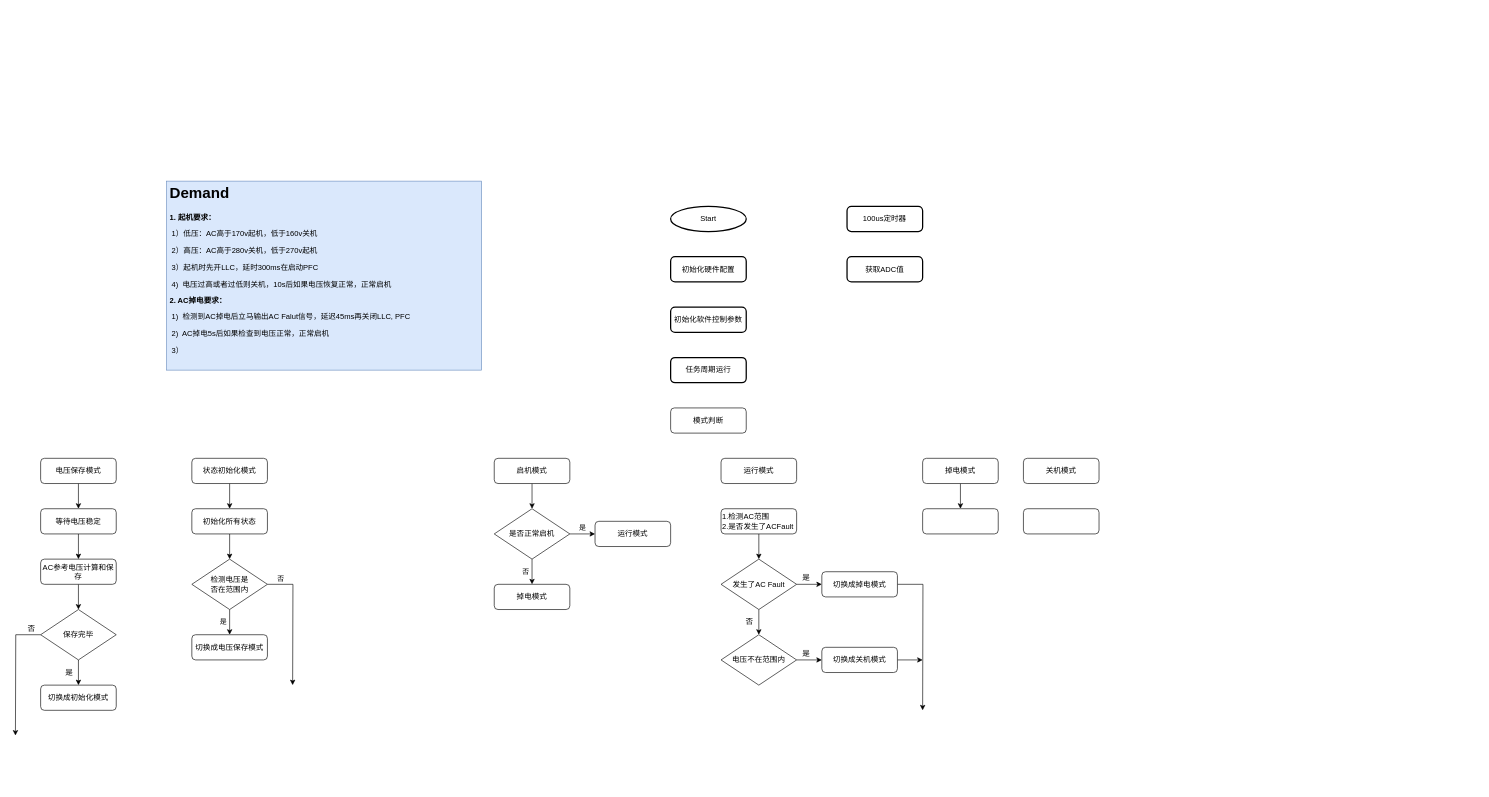
DaLinYYY/Diagram keeps this draw.io diagram as AUPW5R002.drawio. Above is the earlier version. Source tidied: cells renumbered, new cells numbered last; positions are measured from the earlier drawing's top-left corner, leaving out a move shared by most shapes. Both pictures are drawn from the tidied source at 63%, with x=0, y=0 at pixel (15, 181).
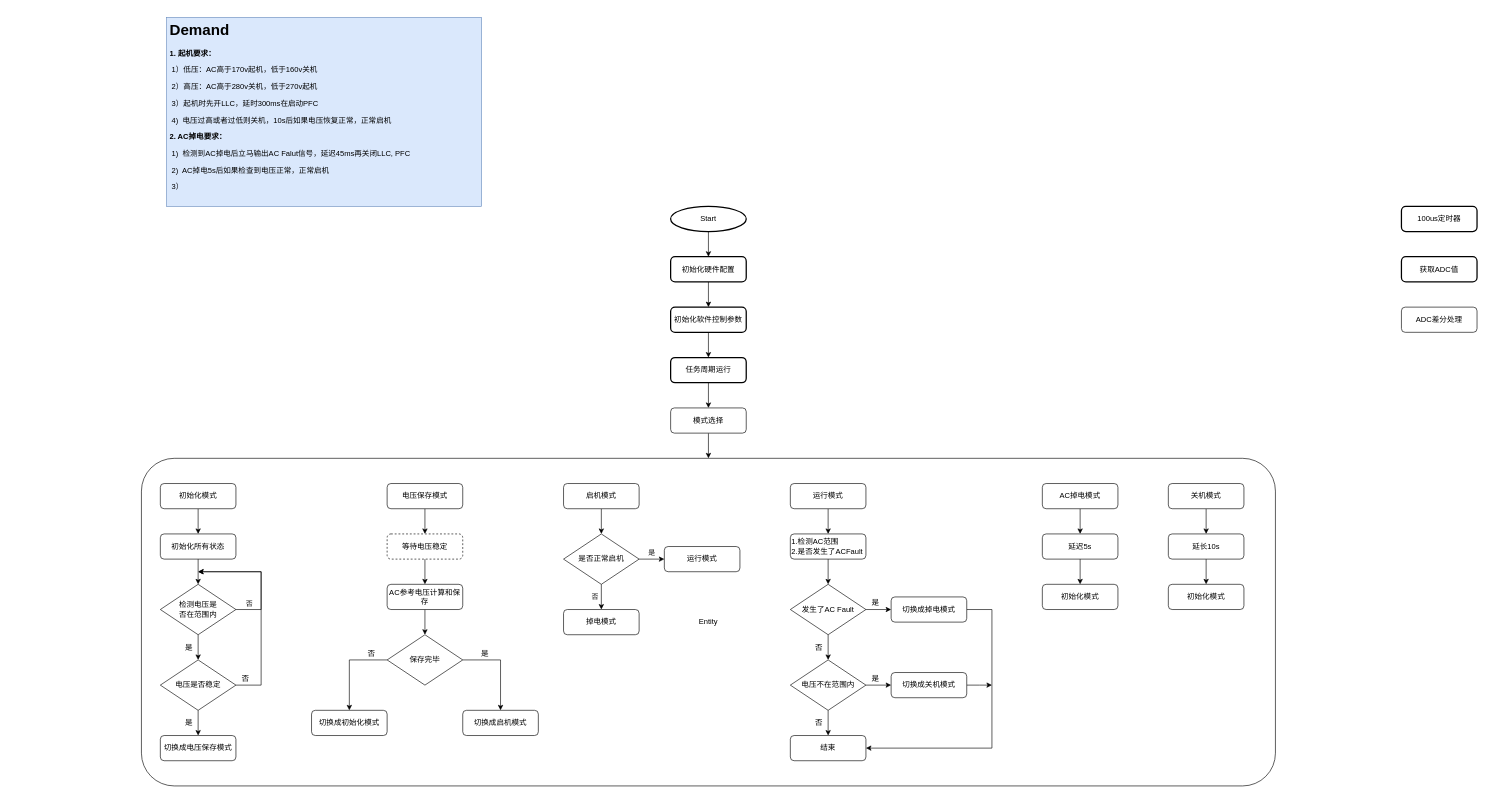
The same page after the edit.

The change refers to these unchanged cells:
```xml
<mxCell id="2" value="Start" style="strokeWidth=2;html=1;shape=mxgraph.flowchart.start_1;whiteSpace=wrap;" parent="1" vertex="1">
  <mxGeometry x="1040" y="40" width="120" height="40" as="geometry" />
</mxCell>
<mxCell id="4" value="初始化硬件配置" style="rounded=1;whiteSpace=wrap;html=1;absoluteArcSize=1;arcSize=14;strokeWidth=2;" parent="1" vertex="1">
  <mxGeometry x="1040" y="120" width="120" height="40" as="geometry" />
</mxCell>
<mxCell id="5" value="初始化软件控制参数" style="rounded=1;whiteSpace=wrap;html=1;absoluteArcSize=1;arcSize=14;strokeWidth=2;" parent="1" vertex="1">
  <mxGeometry x="1040" y="200" width="120" height="40" as="geometry" />
</mxCell>
<mxCell id="6" value="任务周期运行" style="rounded=1;whiteSpace=wrap;html=1;absoluteArcSize=1;arcSize=14;strokeWidth=2;" parent="1" vertex="1">
  <mxGeometry x="1040" y="280" width="120" height="40" as="geometry" />
</mxCell>
```

The edit, as a diff of the source:
```diff
@@
+    <mxCell id="58" style="edgeStyle=orthogonalEdgeStyle;rounded=0;jettySize=auto;html=1;" parent="1" edge="1" source="2" target="4">
+      <mxGeometry relative="1" as="geometry" />
+    </mxCell>
@@
     <mxCell id="3" value="&lt;h1&gt;Demand&lt;/h1&gt;&lt;p&gt;&lt;b&gt;1.&amp;nbsp;起机要求：&lt;/b&gt;&lt;/p&gt;&lt;p&gt;&lt;span&gt;&lt;span style=&quot;white-space: pre&quot;&gt; &lt;/span&gt;1）低压：AC高于170v起机，低于160v关机&lt;/span&gt;&lt;/p&gt;&lt;p&gt;&lt;span&gt;&lt;span style=&quot;white-space: pre&quot;&gt; &lt;/span&gt;2）高压：AC高于280v关机，低于270v起机&lt;/span&gt;&lt;/p&gt;&lt;p&gt;&lt;span&gt;&lt;span style=&quot;white-space: pre&quot;&gt; &lt;/span&gt;3）起机时先开LLC，延时300ms在启动PFC&lt;br&gt;&lt;/span&gt;&lt;/p&gt;&lt;p&gt;&lt;span&gt;&lt;span style=&quot;white-space: pre&quot;&gt; &lt;/span&gt;4)&amp;nbsp; 电压过高或者过低则关机，10s后如果电压恢复正常，正常启机&lt;br&gt;&lt;/span&gt;&lt;/p&gt;&lt;p&gt;&lt;span&gt;&lt;b&gt;2. AC掉电要求：&lt;/b&gt;&lt;/span&gt;&lt;/p&gt;&lt;p&gt;&lt;span&gt;&lt;span style=&quot;white-space: pre&quot;&gt;&lt;span style=&quot;white-space: pre&quot;&gt; &lt;/span&gt;1)  检测到AC掉电后立马输出AC Falut信号，延迟45ms再关闭LLC, PFC &lt;/span&gt;&lt;br&gt;&lt;/span&gt;&lt;/p&gt;&lt;p&gt;&lt;span&gt;&lt;span style=&quot;white-space: pre&quot;&gt; &lt;/span&gt;2)&amp;nbsp; AC掉电5s后如果检查到电压正常，正常启机&lt;br&gt;&lt;/span&gt;&lt;/p&gt;&lt;p&gt;&lt;span&gt;&lt;span style=&quot;white-space: pre&quot;&gt; &lt;/span&gt;3）&lt;br&gt;&lt;/span&gt;&lt;/p&gt;" style="text;html=1;strokeColor=#6c8ebf;fillColor=#dae8fc;spacing=5;spacingTop=-20;whiteSpace=wrap;overflow=hidden;rounded=0;" parent="1" vertex="1">
-      <mxGeometry x="240" width="500" height="300" as="geometry" />
+      <mxGeometry x="240" y="-260" width="500" height="300" as="geometry" />
     </mxCell>
+    <mxCell id="59" style="edgeStyle=orthogonalEdgeStyle;rounded=0;jettySize=auto;html=1;" parent="1" edge="1" source="4" target="5">
+      <mxGeometry relative="1" as="geometry" />
+    </mxCell>
@@
+    <mxCell id="60" style="edgeStyle=orthogonalEdgeStyle;rounded=0;jettySize=auto;html=1;" parent="1" edge="1" source="5" target="6">
+      <mxGeometry relative="1" as="geometry" />
+    </mxCell>
@@
+    <mxCell id="61" style="edgeStyle=orthogonalEdgeStyle;rounded=0;jettySize=auto;html=1;" parent="1" edge="1" source="6" target="37">
+      <mxGeometry relative="1" as="geometry" />
+    </mxCell>
@@
     <mxCell id="7" value="100us定时器" style="rounded=1;whiteSpace=wrap;html=1;absoluteArcSize=1;arcSize=14;strokeWidth=2;" parent="1" vertex="1">
-      <mxGeometry x="1320" y="40" width="120" height="40" as="geometry" />
+      <mxGeometry x="2200" y="40" width="120" height="40" as="geometry" />
     </mxCell>
     <mxCell id="8" value="获取ADC值" style="rounded=1;whiteSpace=wrap;html=1;absoluteArcSize=1;arcSize=14;strokeWidth=2;" parent="1" vertex="1">
-      <mxGeometry x="1320" y="120" width="120" height="40" as="geometry" />
+      <mxGeometry x="2200" y="120" width="120" height="40" as="geometry" />
     </mxCell>
@@
     <mxCell id="10" value="电压保存模式" style="rounded=1;whiteSpace=wrap;html=1;" parent="1" vertex="1">
-      <mxGeometry x="40" y="440" width="120" height="40" as="geometry" />
+      <mxGeometry x="590" y="480" width="120" height="40" as="geometry" />
     </mxCell>
@@
-    <mxCell id="12" value="状态初始化模式" style="rounded=1;whiteSpace=wrap;html=1;" parent="1" vertex="1">
-      <mxGeometry x="280" y="440" width="120" height="40" as="geometry" />
+    <mxCell id="12" value="初始化模式" style="rounded=1;whiteSpace=wrap;html=1;" parent="1" vertex="1">
+      <mxGeometry x="230" y="480" width="120" height="40" as="geometry" />
     </mxCell>
@@
     <mxCell id="14" value="初始化所有状态" style="rounded=1;whiteSpace=wrap;html=1;" parent="1" vertex="1">
-      <mxGeometry x="280" y="520" width="120" height="40" as="geometry" />
+      <mxGeometry x="230" y="560" width="120" height="40" as="geometry" />
     </mxCell>
@@
     <mxCell id="16" value="&lt;span&gt;AC参考电压计算和保存&lt;/span&gt;" style="rounded=1;whiteSpace=wrap;html=1;" parent="1" vertex="1">
-      <mxGeometry x="40" y="600" width="120" height="40" as="geometry" />
+      <mxGeometry x="590" y="640" width="120" height="40" as="geometry" />
     </mxCell>
@@
     <mxCell id="18" value="启机模式" style="rounded=1;whiteSpace=wrap;html=1;" parent="1" vertex="1">
-      <mxGeometry x="760" y="440" width="120" height="40" as="geometry" />
+      <mxGeometry x="870" y="480" width="120" height="40" as="geometry" />
     </mxCell>
     <mxCell id="19" value="运行模式" style="rounded=1;whiteSpace=wrap;html=1;" parent="1" vertex="1">
-      <mxGeometry x="920" y="540" width="120" height="40" as="geometry" />
+      <mxGeometry x="1030" y="580" width="120" height="40" as="geometry" />
     </mxCell>
@@
-    <mxCell id="21" value="掉电模式" style="rounded=1;whiteSpace=wrap;html=1;" parent="1" vertex="1">
-      <mxGeometry x="1440" y="440" width="120" height="40" as="geometry" />
+    <mxCell id="21" value="AC掉电模式" style="rounded=1;whiteSpace=wrap;html=1;" parent="1" vertex="1">
+      <mxGeometry x="1630" y="480" width="120" height="40" as="geometry" />
     </mxCell>
+    <mxCell id="62" style="edgeStyle=orthogonalEdgeStyle;rounded=0;jettySize=auto;html=1;" parent="1" edge="1" source="22" target="77">
+      <mxGeometry relative="1" as="geometry" />
+    </mxCell>
-    <mxCell id="22" style="whiteSpace=wrap;html=1;rounded=1;" parent="1" vertex="1">
-      <mxGeometry x="1440" y="520" width="120" height="40" as="geometry" />
+    <mxCell id="22" value="延迟5s" style="whiteSpace=wrap;html=1;rounded=1;" parent="1" vertex="1">
+      <mxGeometry x="1630" y="560" width="120" height="40" as="geometry" />
     </mxCell>
+    <mxCell id="63" style="edgeStyle=orthogonalEdgeStyle;rounded=0;jettySize=auto;html=1;" parent="1" edge="1" source="23" target="25">
+      <mxGeometry relative="1" as="geometry" />
+    </mxCell>
     <mxCell id="23" value="运行模式" style="rounded=1;whiteSpace=wrap;html=1;" parent="1" vertex="1">
-      <mxGeometry x="1120" y="440" width="120" height="40" as="geometry" />
+      <mxGeometry x="1230" y="480" width="120" height="40" as="geometry" />
     </mxCell>
@@
     <mxCell id="25" value="1.检测AC范围&lt;br&gt;&lt;div&gt;&lt;span&gt;2.是否发生了ACFault&lt;/span&gt;&lt;/div&gt;" style="rounded=1;whiteSpace=wrap;html=1;align=left;" parent="1" vertex="1">
-      <mxGeometry x="1120" y="520" width="120" height="40" as="geometry" />
+      <mxGeometry x="1230" y="560" width="120" height="40" as="geometry" />
     </mxCell>
@@
     <mxCell id="28" value="发生了AC&amp;nbsp;Fault" style="rhombus;whiteSpace=wrap;html=1;" parent="1" vertex="1">
-      <mxGeometry x="1120" y="600" width="120" height="80" as="geometry" />
+      <mxGeometry x="1230" y="640" width="120" height="80" as="geometry" />
     </mxCell>
     <mxCell id="29" style="edgeStyle=orthogonalEdgeStyle;rounded=0;jettySize=auto;html=1;exitX=1;exitY=0.5;exitDx=0;exitDy=0;" parent="1" edge="1" source="30">
       <mxGeometry relative="1" as="geometry">
-        <mxPoint x="1440" y="760" as="targetPoint" />
+        <mxPoint x="1550" y="800" as="targetPoint" />
       </mxGeometry>
     </mxCell>
     <mxCell id="30" value="&lt;span&gt;切换成关机模式&lt;/span&gt;" style="rounded=1;whiteSpace=wrap;html=1;" parent="1" vertex="1">
-      <mxGeometry x="1280" y="740" width="120" height="40" as="geometry" />
+      <mxGeometry x="1390" y="780" width="120" height="40" as="geometry" />
     </mxCell>
+    <mxCell id="64" style="edgeStyle=orthogonalEdgeStyle;rounded=0;jettySize=auto;html=1;" parent="1" edge="1" source="31" target="32">
+      <mxGeometry relative="1" as="geometry" />
+    </mxCell>
     <mxCell id="31" value="关机模式" style="rounded=1;whiteSpace=wrap;html=1;" parent="1" vertex="1">
-      <mxGeometry x="1600" y="440" width="120" height="40" as="geometry" />
+      <mxGeometry x="1830" y="480" width="120" height="40" as="geometry" />
     </mxCell>
+    <mxCell id="65" style="edgeStyle=orthogonalEdgeStyle;rounded=0;jettySize=auto;html=1;" parent="1" edge="1" source="32" target="78">
+      <mxGeometry relative="1" as="geometry" />
+    </mxCell>
-    <mxCell id="32" style="rounded=1;whiteSpace=wrap;html=1;" parent="1" vertex="1">
-      <mxGeometry x="1600" y="520" width="120" height="40" as="geometry" />
+    <mxCell id="32" value="延长10s" style="rounded=1;whiteSpace=wrap;html=1;" parent="1" vertex="1">
+      <mxGeometry x="1830" y="560" width="120" height="40" as="geometry" />
     </mxCell>
@@
+    <mxCell id="66" style="edgeStyle=orthogonalEdgeStyle;rounded=0;jettySize=auto;html=1;exitX=0.5;exitY=1;exitDx=0;exitDy=0;" parent="1" edge="1" source="34">
+      <mxGeometry relative="1" as="geometry">
+        <mxPoint x="1290" y="880" as="targetPoint" />
+      </mxGeometry>
+    </mxCell>
     <mxCell id="34" value="电压不在范围内" style="rhombus;whiteSpace=wrap;html=1;" parent="1" vertex="1">
-      <mxGeometry x="1120" y="720" width="120" height="80" as="geometry" />
+      <mxGeometry x="1230" y="760" width="120" height="80" as="geometry" />
     </mxCell>
-    <mxCell id="35" style="edgeStyle=orthogonalEdgeStyle;rounded=0;jettySize=auto;html=1;exitX=1;exitY=0.5;exitDx=0;exitDy=0;" parent="1" edge="1" source="36">
+    <mxCell id="35" style="edgeStyle=orthogonalEdgeStyle;rounded=0;jettySize=auto;html=1;exitX=1;exitY=0.5;exitDx=0;exitDy=0;entryX=1;entryY=0.5;entryDx=0;entryDy=0;" parent="1" edge="1" source="36" target="80">
       <mxGeometry relative="1" as="geometry">
-        <mxPoint x="1440" y="840" as="targetPoint" />
+        <Array as="points">
+          <mxPoint x="1550" y="680" />
+          <mxPoint x="1550" y="900" />
+        </Array>
       </mxGeometry>
     </mxCell>
     <mxCell id="36" value="切换成掉电模式" style="rounded=1;whiteSpace=wrap;html=1;" parent="1" vertex="1">
-      <mxGeometry x="1280" y="620" width="120" height="40" as="geometry" />
+      <mxGeometry x="1390" y="660" width="120" height="40" as="geometry" />
     </mxCell>
+    <mxCell id="67" style="edgeStyle=orthogonalEdgeStyle;rounded=0;jettySize=auto;html=1;" parent="1" edge="1" source="37" target="81">
+      <mxGeometry relative="1" as="geometry" />
+    </mxCell>
-    <mxCell id="37" value="模式判断" style="rounded=1;whiteSpace=wrap;html=1;" parent="1" vertex="1">
+    <mxCell id="37" value="模式选择" style="rounded=1;whiteSpace=wrap;html=1;" parent="1" vertex="1">
       <mxGeometry x="1040" y="360" width="120" height="40" as="geometry" />
     </mxCell>
@@
     <mxCell id="40" value="是否正常启机" style="rhombus;whiteSpace=wrap;html=1;" parent="1" vertex="1">
-      <mxGeometry x="760" y="520" width="120" height="80" as="geometry" />
+      <mxGeometry x="870" y="560" width="120" height="80" as="geometry" />
     </mxCell>
     <mxCell id="41" value="掉电模式" style="rounded=1;whiteSpace=wrap;html=1;" parent="1" vertex="1">
-      <mxGeometry x="760" y="640" width="120" height="40" as="geometry" />
+      <mxGeometry x="870" y="680" width="120" height="40" as="geometry" />
     </mxCell>
-    <mxCell id="42" value="是" style="edgeStyle=orthogonalEdgeStyle;rounded=0;jettySize=auto;html=1;" parent="1" edge="1" source="45" target="46">
-      <mxGeometry y="-10" relative="1" as="geometry" />
-    </mxCell>
     <mxCell id="43" style="edgeStyle=orthogonalEdgeStyle;rounded=0;jettySize=auto;html=1;exitX=1;exitY=0.5;exitDx=0;exitDy=0;" parent="1" edge="1" source="45">
       <mxGeometry relative="1" as="geometry">
-        <mxPoint x="440" y="800" as="targetPoint" />
+        <mxPoint x="290" y="620" as="targetPoint" />
+        <Array as="points">
+          <mxPoint x="390" y="680" />
+          <mxPoint x="390" y="620" />
+        </Array>
       </mxGeometry>
     </mxCell>
@@
+    <mxCell id="68" style="edgeStyle=orthogonalEdgeStyle;rounded=0;jettySize=auto;html=1;" parent="1" edge="1" source="45" target="73">
+      <mxGeometry relative="1" as="geometry" />
+    </mxCell>
     <mxCell id="45" value="检测电压是&lt;br&gt;否在范围内" style="rhombus;whiteSpace=wrap;html=1;" parent="1" vertex="1">
-      <mxGeometry x="280" y="600" width="120" height="80" as="geometry" />
+      <mxGeometry x="230" y="640" width="120" height="80" as="geometry" />
     </mxCell>
     <mxCell id="46" value="切换成电压保存模式" style="rounded=1;whiteSpace=wrap;html=1;" parent="1" vertex="1">
-      <mxGeometry x="280" y="720" width="120" height="40" as="geometry" />
+      <mxGeometry x="230" y="880" width="120" height="40" as="geometry" />
     </mxCell>
     <mxCell id="47" value="是" style="text;html=1;align=center;verticalAlign=middle;strokeColor=none;" parent="1" vertex="1">
-      <mxGeometry x="1240" y="620" width="30" height="20" as="geometry" />
+      <mxGeometry x="1350" y="660" width="30" height="20" as="geometry" />
     </mxCell>
     <mxCell id="48" value="是" style="text;html=1;align=center;verticalAlign=middle;strokeColor=none;" parent="1" vertex="1">
-      <mxGeometry x="1240" y="740" width="30" height="20" as="geometry" />
+      <mxGeometry x="1350" y="780" width="30" height="20" as="geometry" />
     </mxCell>
     <mxCell id="49" value="否" style="text;html=1;align=center;verticalAlign=middle;strokeColor=none;" parent="1" vertex="1">
-      <mxGeometry x="1150" y="690" width="30" height="20" as="geometry" />
+      <mxGeometry x="1260" y="730" width="30" height="20" as="geometry" />
     </mxCell>
@@
-    <mxCell id="51" value="等待电压稳定" style="rounded=1;whiteSpace=wrap;html=1;" parent="1" vertex="1">
-      <mxGeometry x="40" y="520" width="120" height="40" as="geometry" />
+    <mxCell id="51" value="等待电压稳定" style="rounded=1;whiteSpace=wrap;html=1;dashed=1;" parent="1" vertex="1">
+      <mxGeometry x="590" y="560" width="120" height="40" as="geometry" />
     </mxCell>
+    <mxCell id="69" style="edgeStyle=orthogonalEdgeStyle;rounded=0;jettySize=auto;html=1;exitX=0;exitY=0.5;exitDx=0;exitDy=0;entryX=0.5;entryY=0;entryDx=0;entryDy=0;" parent="1" edge="1" source="54" target="70">
+      <mxGeometry relative="1" as="geometry" />
+    </mxCell>
-    <mxCell id="52" style="edgeStyle=orthogonalEdgeStyle;rounded=0;jettySize=auto;html=1;" parent="1" edge="1" source="54" target="55">
+    <mxCell id="52" style="edgeStyle=orthogonalEdgeStyle;rounded=0;jettySize=auto;html=1;exitX=1;exitY=0.5;exitDx=0;exitDy=0;entryX=0.5;entryY=0;entryDx=0;entryDy=0;" parent="1" edge="1" source="54" target="55">
       <mxGeometry relative="1" as="geometry" />
     </mxCell>
-    <mxCell id="53" style="edgeStyle=orthogonalEdgeStyle;rounded=0;jettySize=auto;html=1;" parent="1" edge="1" source="54">
-      <mxGeometry relative="1" as="geometry">
-        <mxPoint y="880" as="targetPoint" />
-      </mxGeometry>
-    </mxCell>
     <mxCell id="54" value="保存完毕" style="rhombus;whiteSpace=wrap;html=1;" parent="1" vertex="1">
-      <mxGeometry x="40" y="680" width="120" height="80" as="geometry" />
+      <mxGeometry x="590" y="720" width="120" height="80" as="geometry" />
     </mxCell>
-    <mxCell id="55" value="切换成初始化模式" style="rounded=1;whiteSpace=wrap;html=1;" parent="1" vertex="1">
-      <mxGeometry x="40" y="800" width="120" height="40" as="geometry" />
+    <mxCell id="55" value="切换成启机模式" style="rounded=1;whiteSpace=wrap;html=1;" parent="1" vertex="1">
+      <mxGeometry x="710" y="840" width="120" height="40" as="geometry" />
     </mxCell>
     <mxCell id="56" value="是" style="text;html=1;align=center;verticalAlign=middle;strokeColor=none;" parent="1" vertex="1">
-      <mxGeometry x="70" y="770" width="30" height="20" as="geometry" />
+      <mxGeometry x="730" y="740" width="30" height="20" as="geometry" />
     </mxCell>
     <mxCell id="57" value="否" style="text;html=1;align=center;verticalAlign=middle;strokeColor=none;" parent="1" vertex="1">
-      <mxGeometry x="10" y="700" width="30" height="20" as="geometry" />
+      <mxGeometry x="550" y="740" width="30" height="20" as="geometry" />
     </mxCell>
+    <mxCell id="70" value="切换成初始化模式" style="rounded=1;whiteSpace=wrap;html=1;" parent="1" vertex="1">
+      <mxGeometry x="470" y="840" width="120" height="40" as="geometry" />
+    </mxCell>
+    <mxCell id="71" style="edgeStyle=orthogonalEdgeStyle;rounded=0;jettySize=auto;html=1;" parent="1" edge="1" source="73" target="46">
+      <mxGeometry relative="1" as="geometry" />
+    </mxCell>
+    <mxCell id="72" style="edgeStyle=orthogonalEdgeStyle;rounded=0;jettySize=auto;html=1;exitX=1;exitY=0.5;exitDx=0;exitDy=0;" parent="1" edge="1" source="73">
+      <mxGeometry relative="1" as="geometry">
+        <mxPoint x="290" y="620" as="targetPoint" />
+        <Array as="points">
+          <mxPoint x="390" y="800" />
+          <mxPoint x="390" y="620" />
+        </Array>
+      </mxGeometry>
+    </mxCell>
+    <mxCell id="73" value="电压是否稳定" style="rhombus;whiteSpace=wrap;html=1;" parent="1" vertex="1">
+      <mxGeometry x="230" y="760" width="120" height="80" as="geometry" />
+    </mxCell>
+    <mxCell id="74" value="是" style="text;html=1;align=center;verticalAlign=middle;strokeColor=none;" parent="1" vertex="1">
+      <mxGeometry x="260" y="730" width="30" height="20" as="geometry" />
+    </mxCell>
+    <mxCell id="75" value="否" style="text;html=1;align=center;verticalAlign=middle;strokeColor=none;" parent="1" vertex="1">
+      <mxGeometry x="350" y="780" width="30" height="20" as="geometry" />
+    </mxCell>
+    <mxCell id="76" value="是" style="text;html=1;align=center;verticalAlign=middle;strokeColor=none;" parent="1" vertex="1">
+      <mxGeometry x="260" y="850" width="30" height="20" as="geometry" />
+    </mxCell>
+    <mxCell id="77" value="初始化模式" style="rounded=1;whiteSpace=wrap;html=1;fillColor=#ffffff;" parent="1" vertex="1">
+      <mxGeometry x="1630" y="640" width="120" height="40" as="geometry" />
+    </mxCell>
+    <mxCell id="78" value="初始化模式" style="rounded=1;whiteSpace=wrap;html=1;fillColor=#ffffff;" parent="1" vertex="1">
+      <mxGeometry x="1830" y="640" width="120" height="40" as="geometry" />
+    </mxCell>
+    <mxCell id="79" value="否" style="text;html=1;align=center;verticalAlign=middle;strokeColor=none;" parent="1" vertex="1">
+      <mxGeometry x="1260" y="850" width="30" height="20" as="geometry" />
+    </mxCell>
+    <mxCell id="80" value="结束" style="rounded=1;whiteSpace=wrap;html=1;fillColor=#ffffff;" parent="1" vertex="1">
+      <mxGeometry x="1230" y="880" width="120" height="40" as="geometry" />
+    </mxCell>
+    <mxCell id="81" value="Entity" style="rounded=1;arcSize=10;whiteSpace=wrap;html=1;align=center;fillColor=none;" parent="1" vertex="1">
+      <mxGeometry x="200" y="440" width="1800" height="520" as="geometry" />
+    </mxCell>
+    <mxCell id="82" value="ADC差分处理" style="rounded=1;whiteSpace=wrap;html=1;" parent="1" vertex="1">
+      <mxGeometry x="2200" y="200" width="120" height="40" as="geometry" />
+    </mxCell>
```
